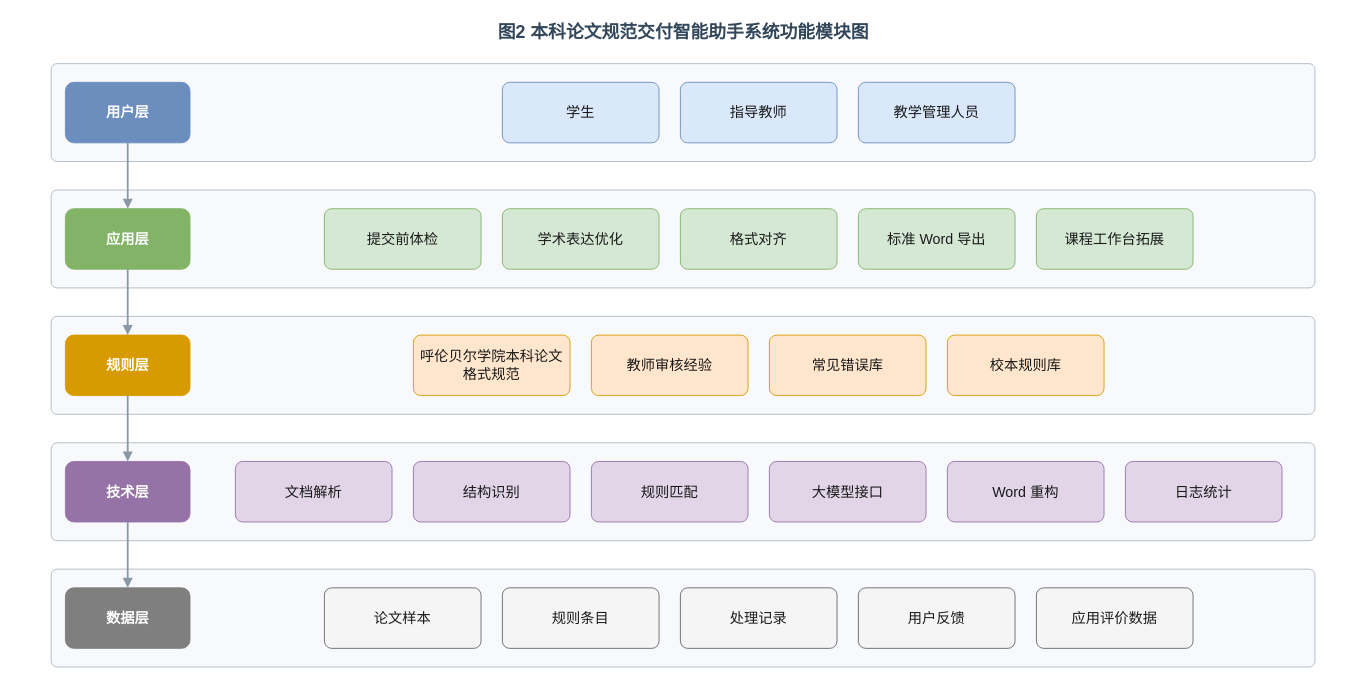
Before: docs/drawio/图2-系统功能模块图.drawio in LetItGoBoy/thesis-formatter, a draw.io diagram. Source tidied: cells renumbered, new cells numbered last; positions are measured from the earlier drawing's top-left corner, leaving out a move shared by most shapes. Both pictures are drawn from the tidied source at 89%, with x=0, y=0 at pixel (15, 15).
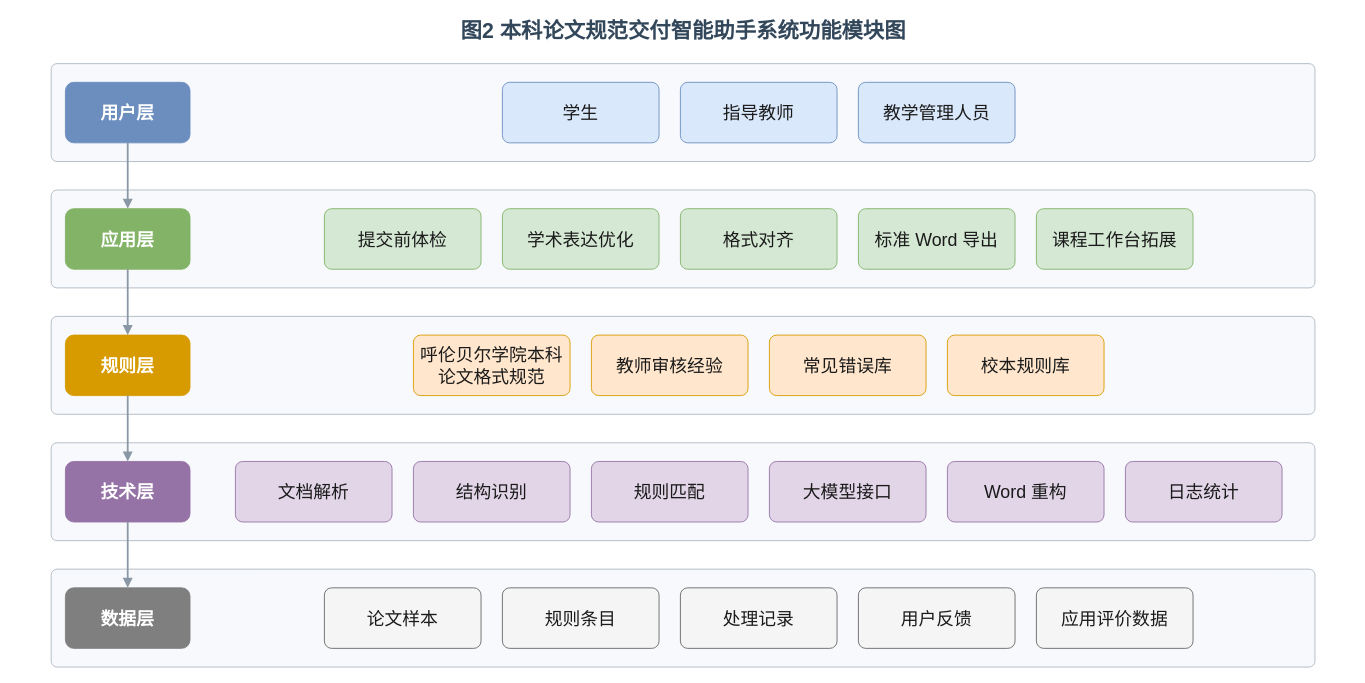
Above is the later version.

Change to the diagram source:
```diff
@@
-    <mxCell id="2" value="图2  本科论文规范交付智能助手系统功能模块图" style="text;html=1;align=center;verticalAlign=middle;fontSize=20;fontStyle=1;fontColor=#33475B;" parent="1" vertex="1">
+    <mxCell id="2" value="图2  本科论文规范交付智能助手系统功能模块图" style="text;html=1;align=center;verticalAlign=middle;fontSize=24;fontStyle=1;fontColor=#33475B;" parent="1" vertex="1">
       <mxGeometry width="1500" height="36" as="geometry" />
     </mxCell>
@@
-    <mxCell id="4" value="用户层" style="rounded=1;arcSize=14;whiteSpace=wrap;html=1;fillColor=#6C8EBF;strokeColor=#6C8EBF;fontColor=#FFFFFF;fontStyle=1;fontSize=16;" parent="1" vertex="1">
+    <mxCell id="4" value="用户层" style="rounded=1;arcSize=14;whiteSpace=wrap;html=1;fillColor=#6C8EBF;strokeColor=#6C8EBF;fontColor=#FFFFFF;fontStyle=1;fontSize=20;" parent="1" vertex="1">
       <mxGeometry x="56" y="75" width="140" height="68" as="geometry" />
     </mxCell>
-    <mxCell id="5" value="学生" style="rounded=1;arcSize=12;whiteSpace=wrap;html=1;fillColor=#DAE8FC;strokeColor=#6C8EBF;fontColor=#1A1A1A;fontSize=16;shadow=0;" parent="1" vertex="1">
+    <mxCell id="5" value="学生" style="rounded=1;arcSize=12;whiteSpace=wrap;html=1;fillColor=#DAE8FC;strokeColor=#6C8EBF;fontColor=#1A1A1A;fontSize=20;shadow=0;" parent="1" vertex="1">
       <mxGeometry x="547" y="75" width="176" height="68" as="geometry" />
     </mxCell>
-    <mxCell id="6" value="指导教师" style="rounded=1;arcSize=12;whiteSpace=wrap;html=1;fillColor=#DAE8FC;strokeColor=#6C8EBF;fontColor=#1A1A1A;fontSize=16;shadow=0;" parent="1" vertex="1">
+    <mxCell id="6" value="指导教师" style="rounded=1;arcSize=12;whiteSpace=wrap;html=1;fillColor=#DAE8FC;strokeColor=#6C8EBF;fontColor=#1A1A1A;fontSize=20;shadow=0;" parent="1" vertex="1">
       <mxGeometry x="747" y="75" width="176" height="68" as="geometry" />
     </mxCell>
-    <mxCell id="7" value="教学管理人员" style="rounded=1;arcSize=12;whiteSpace=wrap;html=1;fillColor=#DAE8FC;strokeColor=#6C8EBF;fontColor=#1A1A1A;fontSize=16;shadow=0;" parent="1" vertex="1">
+    <mxCell id="7" value="教学管理人员" style="rounded=1;arcSize=12;whiteSpace=wrap;html=1;fillColor=#DAE8FC;strokeColor=#6C8EBF;fontColor=#1A1A1A;fontSize=20;shadow=0;" parent="1" vertex="1">
       <mxGeometry x="947" y="75" width="176" height="68" as="geometry" />
     </mxCell>
@@
-    <mxCell id="9" value="应用层" style="rounded=1;arcSize=14;whiteSpace=wrap;html=1;fillColor=#82B366;strokeColor=#82B366;fontColor=#FFFFFF;fontStyle=1;fontSize=16;" parent="1" vertex="1">
+    <mxCell id="9" value="应用层" style="rounded=1;arcSize=14;whiteSpace=wrap;html=1;fillColor=#82B366;strokeColor=#82B366;fontColor=#FFFFFF;fontStyle=1;fontSize=20;" parent="1" vertex="1">
       <mxGeometry x="56" y="217" width="140" height="68" as="geometry" />
     </mxCell>
-    <mxCell id="10" value="提交前体检" style="rounded=1;arcSize=12;whiteSpace=wrap;html=1;fillColor=#D5E8D4;strokeColor=#82B366;fontColor=#1A1A1A;fontSize=16;shadow=0;" parent="1" vertex="1">
+    <mxCell id="10" value="提交前体检" style="rounded=1;arcSize=12;whiteSpace=wrap;html=1;fillColor=#D5E8D4;strokeColor=#82B366;fontColor=#1A1A1A;fontSize=20;shadow=0;" parent="1" vertex="1">
       <mxGeometry x="347" y="217" width="176" height="68" as="geometry" />
     </mxCell>
-    <mxCell id="11" value="学术表达优化" style="rounded=1;arcSize=12;whiteSpace=wrap;html=1;fillColor=#D5E8D4;strokeColor=#82B366;fontColor=#1A1A1A;fontSize=16;shadow=0;" parent="1" vertex="1">
+    <mxCell id="11" value="学术表达优化" style="rounded=1;arcSize=12;whiteSpace=wrap;html=1;fillColor=#D5E8D4;strokeColor=#82B366;fontColor=#1A1A1A;fontSize=20;shadow=0;" parent="1" vertex="1">
       <mxGeometry x="547" y="217" width="176" height="68" as="geometry" />
     </mxCell>
-    <mxCell id="12" value="格式对齐" style="rounded=1;arcSize=12;whiteSpace=wrap;html=1;fillColor=#D5E8D4;strokeColor=#82B366;fontColor=#1A1A1A;fontSize=16;shadow=0;" parent="1" vertex="1">
+    <mxCell id="12" value="格式对齐" style="rounded=1;arcSize=12;whiteSpace=wrap;html=1;fillColor=#D5E8D4;strokeColor=#82B366;fontColor=#1A1A1A;fontSize=20;shadow=0;" parent="1" vertex="1">
       <mxGeometry x="747" y="217" width="176" height="68" as="geometry" />
     </mxCell>
-    <mxCell id="13" value="标准 Word 导出" style="rounded=1;arcSize=12;whiteSpace=wrap;html=1;fillColor=#D5E8D4;strokeColor=#82B366;fontColor=#1A1A1A;fontSize=16;shadow=0;" parent="1" vertex="1">
+    <mxCell id="13" value="标准 Word 导出" style="rounded=1;arcSize=12;whiteSpace=wrap;html=1;fillColor=#D5E8D4;strokeColor=#82B366;fontColor=#1A1A1A;fontSize=20;shadow=0;" parent="1" vertex="1">
       <mxGeometry x="947" y="217" width="176" height="68" as="geometry" />
     </mxCell>
-    <mxCell id="14" value="课程工作台拓展" style="rounded=1;arcSize=12;whiteSpace=wrap;html=1;fillColor=#D5E8D4;strokeColor=#82B366;fontColor=#1A1A1A;fontSize=16;shadow=0;" parent="1" vertex="1">
+    <mxCell id="14" value="课程工作台拓展" style="rounded=1;arcSize=12;whiteSpace=wrap;html=1;fillColor=#D5E8D4;strokeColor=#82B366;fontColor=#1A1A1A;fontSize=20;shadow=0;" parent="1" vertex="1">
       <mxGeometry x="1147" y="217" width="176" height="68" as="geometry" />
     </mxCell>
@@
-    <mxCell id="16" value="规则层" style="rounded=1;arcSize=14;whiteSpace=wrap;html=1;fillColor=#D79B00;strokeColor=#D79B00;fontColor=#FFFFFF;fontStyle=1;fontSize=16;" parent="1" vertex="1">
+    <mxCell id="16" value="规则层" style="rounded=1;arcSize=14;whiteSpace=wrap;html=1;fillColor=#D79B00;strokeColor=#D79B00;fontColor=#FFFFFF;fontStyle=1;fontSize=20;" parent="1" vertex="1">
       <mxGeometry x="56" y="359" width="140" height="68" as="geometry" />
     </mxCell>
-    <mxCell id="17" value="呼伦贝尔学院本科论文格式规范" style="rounded=1;arcSize=12;whiteSpace=wrap;html=1;fillColor=#FFE6CC;strokeColor=#D79B00;fontColor=#1A1A1A;fontSize=16;shadow=0;" parent="1" vertex="1">
+    <mxCell id="17" value="呼伦贝尔学院本科论文格式规范" style="rounded=1;arcSize=12;whiteSpace=wrap;html=1;fillColor=#FFE6CC;strokeColor=#D79B00;fontColor=#1A1A1A;fontSize=20;shadow=0;" parent="1" vertex="1">
       <mxGeometry x="447" y="359" width="176" height="68" as="geometry" />
     </mxCell>
-    <mxCell id="18" value="教师审核经验" style="rounded=1;arcSize=12;whiteSpace=wrap;html=1;fillColor=#FFE6CC;strokeColor=#D79B00;fontColor=#1A1A1A;fontSize=16;shadow=0;" parent="1" vertex="1">
+    <mxCell id="18" value="教师审核经验" style="rounded=1;arcSize=12;whiteSpace=wrap;html=1;fillColor=#FFE6CC;strokeColor=#D79B00;fontColor=#1A1A1A;fontSize=20;shadow=0;" parent="1" vertex="1">
       <mxGeometry x="647" y="359" width="176" height="68" as="geometry" />
     </mxCell>
-    <mxCell id="19" value="常见错误库" style="rounded=1;arcSize=12;whiteSpace=wrap;html=1;fillColor=#FFE6CC;strokeColor=#D79B00;fontColor=#1A1A1A;fontSize=16;shadow=0;" parent="1" vertex="1">
+    <mxCell id="19" value="常见错误库" style="rounded=1;arcSize=12;whiteSpace=wrap;html=1;fillColor=#FFE6CC;strokeColor=#D79B00;fontColor=#1A1A1A;fontSize=20;shadow=0;" parent="1" vertex="1">
       <mxGeometry x="847" y="359" width="176" height="68" as="geometry" />
     </mxCell>
-    <mxCell id="20" value="校本规则库" style="rounded=1;arcSize=12;whiteSpace=wrap;html=1;fillColor=#FFE6CC;strokeColor=#D79B00;fontColor=#1A1A1A;fontSize=16;shadow=0;" parent="1" vertex="1">
+    <mxCell id="20" value="校本规则库" style="rounded=1;arcSize=12;whiteSpace=wrap;html=1;fillColor=#FFE6CC;strokeColor=#D79B00;fontColor=#1A1A1A;fontSize=20;shadow=0;" parent="1" vertex="1">
       <mxGeometry x="1047" y="359" width="176" height="68" as="geometry" />
     </mxCell>
@@
-    <mxCell id="22" value="技术层" style="rounded=1;arcSize=14;whiteSpace=wrap;html=1;fillColor=#9673A6;strokeColor=#9673A6;fontColor=#FFFFFF;fontStyle=1;fontSize=16;" parent="1" vertex="1">
+    <mxCell id="22" value="技术层" style="rounded=1;arcSize=14;whiteSpace=wrap;html=1;fillColor=#9673A6;strokeColor=#9673A6;fontColor=#FFFFFF;fontStyle=1;fontSize=20;" parent="1" vertex="1">
       <mxGeometry x="56" y="501" width="140" height="68" as="geometry" />
     </mxCell>
-    <mxCell id="23" value="文档解析" style="rounded=1;arcSize=12;whiteSpace=wrap;html=1;fillColor=#E1D5E7;strokeColor=#9673A6;fontColor=#1A1A1A;fontSize=16;shadow=0;" parent="1" vertex="1">
+    <mxCell id="23" value="文档解析" style="rounded=1;arcSize=12;whiteSpace=wrap;html=1;fillColor=#E1D5E7;strokeColor=#9673A6;fontColor=#1A1A1A;fontSize=20;shadow=0;" parent="1" vertex="1">
       <mxGeometry x="247" y="501" width="176" height="68" as="geometry" />
     </mxCell>
-    <mxCell id="24" value="结构识别" style="rounded=1;arcSize=12;whiteSpace=wrap;html=1;fillColor=#E1D5E7;strokeColor=#9673A6;fontColor=#1A1A1A;fontSize=16;shadow=0;" parent="1" vertex="1">
+    <mxCell id="24" value="结构识别" style="rounded=1;arcSize=12;whiteSpace=wrap;html=1;fillColor=#E1D5E7;strokeColor=#9673A6;fontColor=#1A1A1A;fontSize=20;shadow=0;" parent="1" vertex="1">
       <mxGeometry x="447" y="501" width="176" height="68" as="geometry" />
     </mxCell>
-    <mxCell id="25" value="规则匹配" style="rounded=1;arcSize=12;whiteSpace=wrap;html=1;fillColor=#E1D5E7;strokeColor=#9673A6;fontColor=#1A1A1A;fontSize=16;shadow=0;" parent="1" vertex="1">
+    <mxCell id="25" value="规则匹配" style="rounded=1;arcSize=12;whiteSpace=wrap;html=1;fillColor=#E1D5E7;strokeColor=#9673A6;fontColor=#1A1A1A;fontSize=20;shadow=0;" parent="1" vertex="1">
       <mxGeometry x="647" y="501" width="176" height="68" as="geometry" />
     </mxCell>
-    <mxCell id="26" value="大模型接口" style="rounded=1;arcSize=12;whiteSpace=wrap;html=1;fillColor=#E1D5E7;strokeColor=#9673A6;fontColor=#1A1A1A;fontSize=16;shadow=0;" parent="1" vertex="1">
+    <mxCell id="26" value="大模型接口" style="rounded=1;arcSize=12;whiteSpace=wrap;html=1;fillColor=#E1D5E7;strokeColor=#9673A6;fontColor=#1A1A1A;fontSize=20;shadow=0;" parent="1" vertex="1">
       <mxGeometry x="847" y="501" width="176" height="68" as="geometry" />
     </mxCell>
-    <mxCell id="27" value="Word 重构" style="rounded=1;arcSize=12;whiteSpace=wrap;html=1;fillColor=#E1D5E7;strokeColor=#9673A6;fontColor=#1A1A1A;fontSize=16;shadow=0;" parent="1" vertex="1">
+    <mxCell id="27" value="Word 重构" style="rounded=1;arcSize=12;whiteSpace=wrap;html=1;fillColor=#E1D5E7;strokeColor=#9673A6;fontColor=#1A1A1A;fontSize=20;shadow=0;" parent="1" vertex="1">
       <mxGeometry x="1047" y="501" width="176" height="68" as="geometry" />
     </mxCell>
-    <mxCell id="28" value="日志统计" style="rounded=1;arcSize=12;whiteSpace=wrap;html=1;fillColor=#E1D5E7;strokeColor=#9673A6;fontColor=#1A1A1A;fontSize=16;shadow=0;" parent="1" vertex="1">
+    <mxCell id="28" value="日志统计" style="rounded=1;arcSize=12;whiteSpace=wrap;html=1;fillColor=#E1D5E7;strokeColor=#9673A6;fontColor=#1A1A1A;fontSize=20;shadow=0;" parent="1" vertex="1">
       <mxGeometry x="1247" y="501" width="176" height="68" as="geometry" />
     </mxCell>
@@
-    <mxCell id="30" value="数据层" style="rounded=1;arcSize=14;whiteSpace=wrap;html=1;fillColor=#7F7F7F;strokeColor=#7F7F7F;fontColor=#FFFFFF;fontStyle=1;fontSize=16;" parent="1" vertex="1">
+    <mxCell id="30" value="数据层" style="rounded=1;arcSize=14;whiteSpace=wrap;html=1;fillColor=#7F7F7F;strokeColor=#7F7F7F;fontColor=#FFFFFF;fontStyle=1;fontSize=20;" parent="1" vertex="1">
       <mxGeometry x="56" y="643" width="140" height="68" as="geometry" />
     </mxCell>
-    <mxCell id="31" value="论文样本" style="rounded=1;arcSize=12;whiteSpace=wrap;html=1;fillColor=#F5F5F5;strokeColor=#666666;fontColor=#1A1A1A;fontSize=16;shadow=0;" parent="1" vertex="1">
+    <mxCell id="31" value="论文样本" style="rounded=1;arcSize=12;whiteSpace=wrap;html=1;fillColor=#F5F5F5;strokeColor=#666666;fontColor=#1A1A1A;fontSize=20;shadow=0;" parent="1" vertex="1">
       <mxGeometry x="347" y="643" width="176" height="68" as="geometry" />
     </mxCell>
-    <mxCell id="32" value="规则条目" style="rounded=1;arcSize=12;whiteSpace=wrap;html=1;fillColor=#F5F5F5;strokeColor=#666666;fontColor=#1A1A1A;fontSize=16;shadow=0;" parent="1" vertex="1">
+    <mxCell id="32" value="规则条目" style="rounded=1;arcSize=12;whiteSpace=wrap;html=1;fillColor=#F5F5F5;strokeColor=#666666;fontColor=#1A1A1A;fontSize=20;shadow=0;" parent="1" vertex="1">
       <mxGeometry x="547" y="643" width="176" height="68" as="geometry" />
     </mxCell>
-    <mxCell id="33" value="处理记录" style="rounded=1;arcSize=12;whiteSpace=wrap;html=1;fillColor=#F5F5F5;strokeColor=#666666;fontColor=#1A1A1A;fontSize=16;shadow=0;" parent="1" vertex="1">
+    <mxCell id="33" value="处理记录" style="rounded=1;arcSize=12;whiteSpace=wrap;html=1;fillColor=#F5F5F5;strokeColor=#666666;fontColor=#1A1A1A;fontSize=20;shadow=0;" parent="1" vertex="1">
       <mxGeometry x="747" y="643" width="176" height="68" as="geometry" />
     </mxCell>
-    <mxCell id="34" value="用户反馈" style="rounded=1;arcSize=12;whiteSpace=wrap;html=1;fillColor=#F5F5F5;strokeColor=#666666;fontColor=#1A1A1A;fontSize=16;shadow=0;" parent="1" vertex="1">
+    <mxCell id="34" value="用户反馈" style="rounded=1;arcSize=12;whiteSpace=wrap;html=1;fillColor=#F5F5F5;strokeColor=#666666;fontColor=#1A1A1A;fontSize=20;shadow=0;" parent="1" vertex="1">
       <mxGeometry x="947" y="643" width="176" height="68" as="geometry" />
     </mxCell>
-    <mxCell id="35" value="应用评价数据" style="rounded=1;arcSize=12;whiteSpace=wrap;html=1;fillColor=#F5F5F5;strokeColor=#666666;fontColor=#1A1A1A;fontSize=16;shadow=0;" parent="1" vertex="1">
+    <mxCell id="35" value="应用评价数据" style="rounded=1;arcSize=12;whiteSpace=wrap;html=1;fillColor=#F5F5F5;strokeColor=#666666;fontColor=#1A1A1A;fontSize=20;shadow=0;" parent="1" vertex="1">
       <mxGeometry x="1147" y="643" width="176" height="68" as="geometry" />
     </mxCell>
-    <mxCell id="36" style="edgeStyle=orthogonalEdgeStyle;rounded=1;html=1;strokeColor=#8A98A6;strokeWidth=2;endArrow=block;endFill=1;fontSize=15;fontColor=#33475B;" parent="1" edge="1" source="4" target="9">
+    <mxCell id="36" style="edgeStyle=orthogonalEdgeStyle;rounded=1;html=1;strokeColor=#8A98A6;strokeWidth=2;endArrow=block;endFill=1;fontSize=18;fontColor=#33475B;" parent="1" edge="1" source="4" target="9">
       <mxGeometry relative="1" as="geometry" />
     </mxCell>
-    <mxCell id="37" style="edgeStyle=orthogonalEdgeStyle;rounded=1;html=1;strokeColor=#8A98A6;strokeWidth=2;endArrow=block;endFill=1;fontSize=15;fontColor=#33475B;" parent="1" edge="1" source="9" target="16">
+    <mxCell id="37" style="edgeStyle=orthogonalEdgeStyle;rounded=1;html=1;strokeColor=#8A98A6;strokeWidth=2;endArrow=block;endFill=1;fontSize=18;fontColor=#33475B;" parent="1" edge="1" source="9" target="16">
       <mxGeometry relative="1" as="geometry" />
     </mxCell>
-    <mxCell id="38" style="edgeStyle=orthogonalEdgeStyle;rounded=1;html=1;strokeColor=#8A98A6;strokeWidth=2;endArrow=block;endFill=1;fontSize=15;fontColor=#33475B;" parent="1" edge="1" source="16" target="22">
+    <mxCell id="38" style="edgeStyle=orthogonalEdgeStyle;rounded=1;html=1;strokeColor=#8A98A6;strokeWidth=2;endArrow=block;endFill=1;fontSize=18;fontColor=#33475B;" parent="1" edge="1" source="16" target="22">
       <mxGeometry relative="1" as="geometry" />
     </mxCell>
-    <mxCell id="39" style="edgeStyle=orthogonalEdgeStyle;rounded=1;html=1;strokeColor=#8A98A6;strokeWidth=2;endArrow=block;endFill=1;fontSize=15;fontColor=#33475B;" parent="1" edge="1" source="22" target="30">
+    <mxCell id="39" style="edgeStyle=orthogonalEdgeStyle;rounded=1;html=1;strokeColor=#8A98A6;strokeWidth=2;endArrow=block;endFill=1;fontSize=18;fontColor=#33475B;" parent="1" edge="1" source="22" target="30">
       <mxGeometry relative="1" as="geometry" />
     </mxCell>
```
